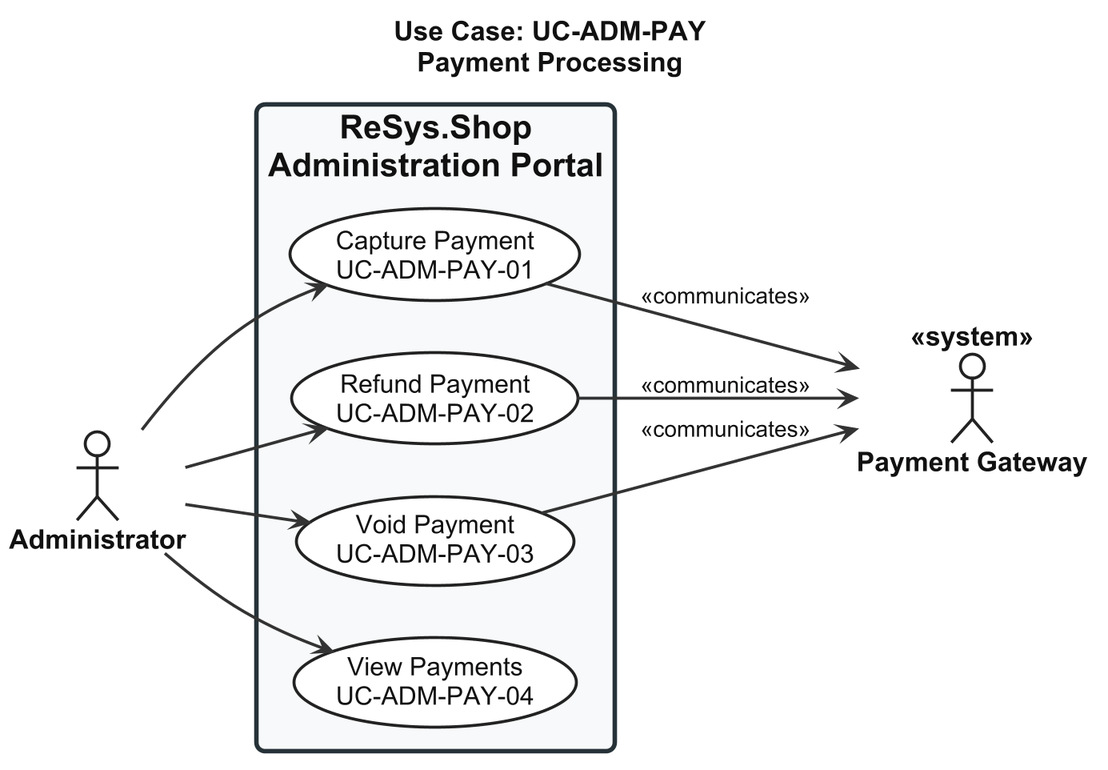
The PlantUML diagram thesis/figures/chapters/part2/ch2-design/02-use-cases/diagrams/P2S2.2.2_usecase-admin-payment-processing.png in qingfa-dev/ReSys.Shop, before a commit.
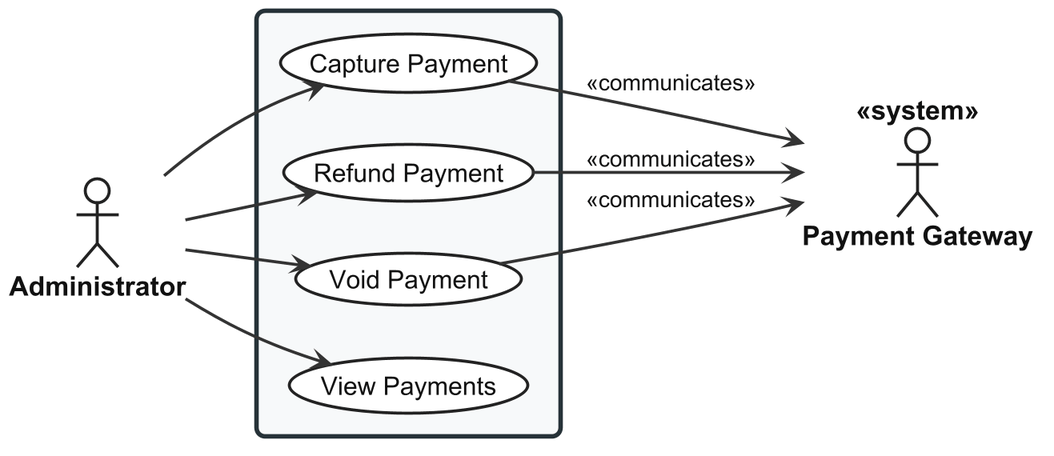
The same diagram one commit later.

Diff of the diagram source:
```diff
@@ -56,20 +56,19 @@
 
 </style>
 
-title Use Case: UC-ADM-PAY\nPayment Processing
 
 actor "Administrator" as Admin
 actor "Payment Gateway" as Gateway <<system>>
 
-rectangle "ReSys.Shop\nAdministration Portal" {
+rectangle {
 
-  usecase "Capture Payment\nUC-ADM-PAY-01" as UC_CAPTURE
+  usecase "Capture Payment" as UC_CAPTURE
 
-  usecase "Refund Payment\nUC-ADM-PAY-02" as UC_REFUND
+  usecase "Refund Payment" as UC_REFUND
 
-  usecase "Void Payment\nUC-ADM-PAY-03" as UC_VOID
+  usecase "Void Payment" as UC_VOID
 
-  usecase "View Payments\nUC-ADM-PAY-04" as UC_VIEW
+  usecase "View Payments" as UC_VIEW
 
 }
 
```
